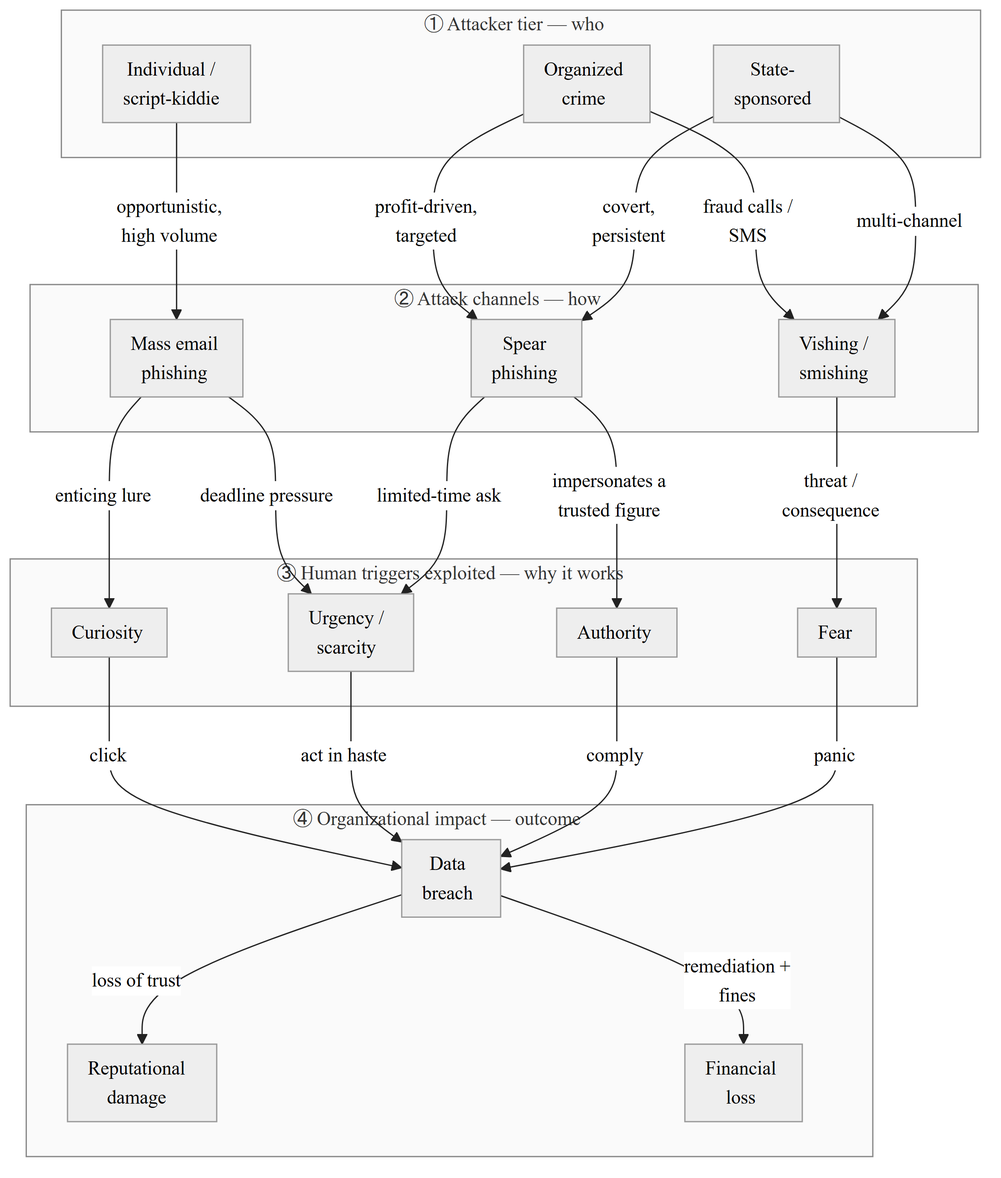
The Mermaid diagram docs/diagrams/fig2-threat-ecosystem.png in Rayyy-dev/Phlare, before a commit. Its source is kept beside it as docs/diagrams/fig2-threat-ecosystem.mmd. Source of this version:
```mermaid
%%{init: {"theme":"neutral","themeVariables":{"fontFamily":"Helvetica, Arial, sans-serif","fontSize":"15px","lineColor":"#222","primaryColor":"#f2f2f2","primaryBorderColor":"#222","primaryTextColor":"#111","clusterBkg":"#fafafa","clusterBorder":"#888"},"flowchart":{"curve":"basis","nodeSpacing":45,"rankSpacing":55,"padding":8}}}%%
flowchart TB

    subgraph TIER["① Attacker tier — who"]
        direction LR
        A1["Individual /<br/>script-kiddie"]
        A2["Organized<br/>crime"]
        A3["State-<br/>sponsored"]
    end

    subgraph CHAN["② Attack channels — how"]
        direction LR
        C1["Mass email<br/>phishing"]
        C2["Spear<br/>phishing"]
        C3["Vishing /<br/>smishing"]
    end

    subgraph TRIG["③ Human triggers exploited — why it works"]
        direction LR
        H1["Curiosity"]
        H2["Urgency /<br/>scarcity"]
        H3["Authority"]
        H4["Fear"]
    end

    subgraph IMPACT["④ Organizational impact — outcome"]
        direction LR
        I1["Reputational<br/>damage"]
        I2["Data<br/>breach"]
        I3["Financial<br/>loss"]
    end

    A1 -- "opportunistic,<br/>high volume" --> C1
    A2 -- "profit-driven,<br/>targeted" --> C2
    A3 -- "covert,<br/>persistent" --> C2
    A2 -- "fraud calls /<br/>SMS" --> C3
    A3 -- "multi-channel" --> C3

    C1 -- "enticing lure" --> H1
    C1 -- "deadline pressure" --> H2
    C2 -- "impersonates a<br/>trusted figure" --> H3
    C2 -- "limited-time ask" --> H2
    C3 -- "threat /<br/>consequence" --> H4

    H1 -- "click" --> I2
    H2 -- "act in haste" --> I2
    H3 -- "comply" --> I2
    H4 -- "panic" --> I2
    I2 -- "loss of trust" --> I1
    I2 -- "remediation +<br/>fines" --> I3
```
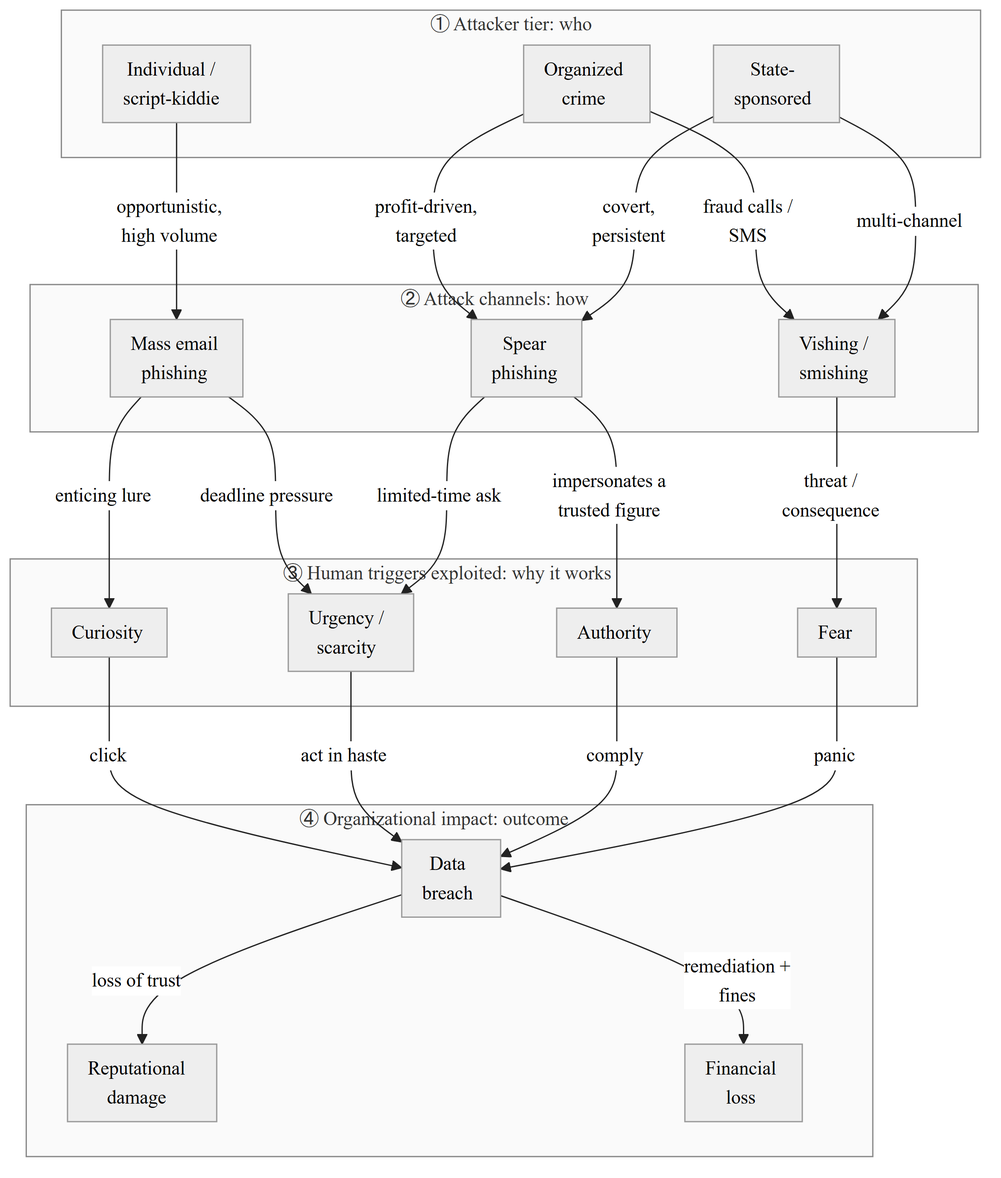
After the commit.

Commit message:
Update Figure 2: fix 'smishing' typo and remove em-dashes

Correct 'smishimg' to 'smishing' in the attack-channels tier and replace the em-dash separators in the four tier titles with colons; re-render the PNG/SVG from source.

Change to the diagram source:
```diff
@@ -1,21 +1,21 @@
 %%{init: {"theme":"neutral","themeVariables":{"fontFamily":"Helvetica, Arial, sans-serif","fontSize":"15px","lineColor":"#222","primaryColor":"#f2f2f2","primaryBorderColor":"#222","primaryTextColor":"#111","clusterBkg":"#fafafa","clusterBorder":"#888"},"flowchart":{"curve":"basis","nodeSpacing":45,"rankSpacing":55,"padding":8}}}%%
 flowchart TB
 
-    subgraph TIER["① Attacker tier — who"]
+    subgraph TIER["① Attacker tier: who"]
         direction LR
         A1["Individual /<br/>script-kiddie"]
         A2["Organized<br/>crime"]
         A3["State-<br/>sponsored"]
     end
 
-    subgraph CHAN["② Attack channels — how"]
+    subgraph CHAN["② Attack channels: how"]
         direction LR
         C1["Mass email<br/>phishing"]
         C2["Spear<br/>phishing"]
         C3["Vishing /<br/>smishing"]
     end
 
-    subgraph TRIG["③ Human triggers exploited — why it works"]
+    subgraph TRIG["③ Human triggers exploited: why it works"]
         direction LR
         H1["Curiosity"]
         H2["Urgency /<br/>scarcity"]
@@ -23,7 +23,7 @@
         H4["Fear"]
     end
 
-    subgraph IMPACT["④ Organizational impact — outcome"]
+    subgraph IMPACT["④ Organizational impact: outcome"]
         direction LR
         I1["Reputational<br/>damage"]
         I2["Data<br/>breach"]
```
